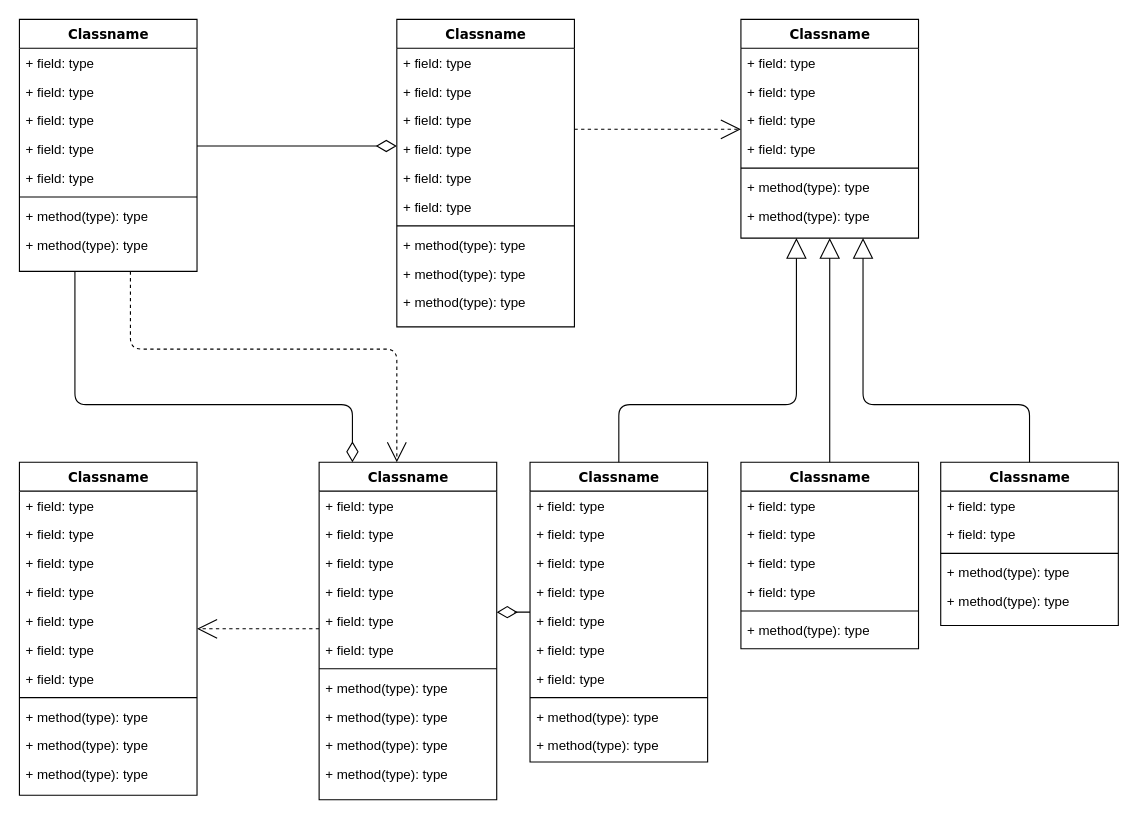
The draw.io diagram Untitled Diagram.drawio in nalama1/nalama1, before the edit. Source tidied: cells renumbered, new cells numbered last; positions are measured from the earlier drawing's top-left corner, leaving out a move shared by most shapes. Both pictures are drawn from the tidied source at 111%, with x=0, y=0 at pixel (19, 19).
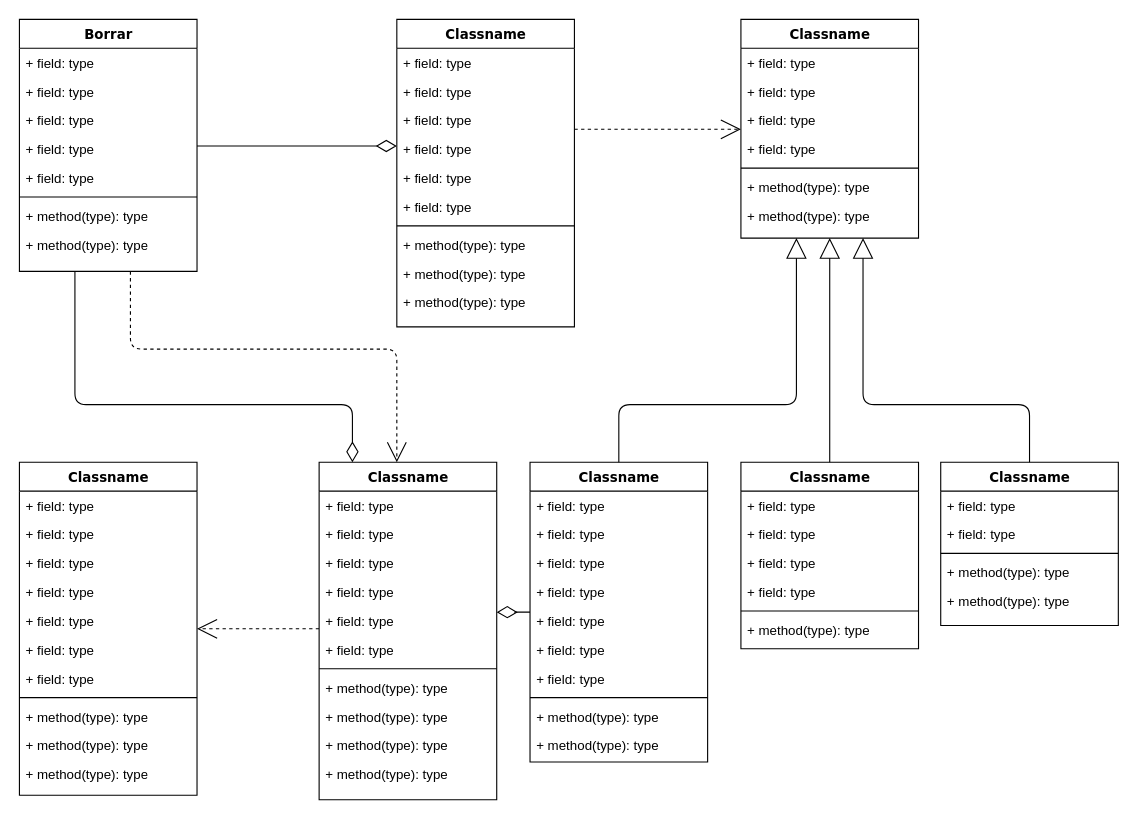
The same diagram, later.

Change to the diagram source:
```diff
@@
-    <mxCell id="4" value="Classname" style="swimlane;html=1;fontStyle=1;align=center;verticalAlign=top;horizontal=1;startSize=26;swimlaneFillColor=#ffffff;rounded=0;shadow=0;comic=0;labelBackgroundColor=none;strokeWidth=1;fillColor=none;fontFamily=Verdana;fontSize=12;" parent="1" vertex="1">
+    <mxCell id="4" value="Borrar" style="swimlane;html=1;fontStyle=1;align=center;verticalAlign=top;horizontal=1;startSize=26;swimlaneFillColor=#ffffff;rounded=0;shadow=0;comic=0;labelBackgroundColor=none;strokeWidth=1;fillColor=none;fontFamily=Verdana;fontSize=12;" parent="1" vertex="1">
       <mxGeometry width="160" height="227" as="geometry" />
     </mxCell>
```
